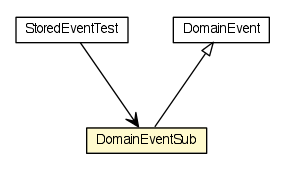
This is dddlib-domain/testapidocs/org/dayatang/domain/event/DomainEventSub.png from dayatang/dddlib, a Graphviz export, as it was before one commit. Its source is kept beside it as dddlib-domain/testapidocs/org/dayatang/domain/event/DomainEventSub.dot. Source of this version:
```dot

digraph G {
	edge [fontname="Helvetica",fontsize=10,labelfontname="Helvetica",labelfontsize=10];
	node [fontname="Helvetica",fontsize=10,shape=plaintext];
	nodesep=0.25;
	ranksep=0.5;
	c1523 [label=<<table title="org.dayatang.domain.event.StoredEventTest" border="0" cellborder="1" cellspacing="0" cellpadding="2" port="p" href="./StoredEventTest.html">
		<tr><td><table border="0" cellspacing="0" cellpadding="1">
<tr><td align="center" balign="center"> StoredEventTest </td></tr>
		</table></td></tr>
		</table>>, URL="./StoredEventTest.html", fontname="Helvetica", fontcolor="black", fontsize=10.0];
	c1525 [label=<<table title="org.dayatang.domain.event.DomainEventSub" border="0" cellborder="1" cellspacing="0" cellpadding="2" port="p" bgcolor="lemonChiffon" href="./DomainEventSub.html">
		<tr><td><table border="0" cellspacing="0" cellpadding="1">
<tr><td align="center" balign="center"> DomainEventSub </td></tr>
		</table></td></tr>
		</table>>, URL="./DomainEventSub.html", fontname="Helvetica", fontcolor="black", fontsize=10.0];
	c1579:p -> c1525:p [dir=back,arrowtail=empty];
	c1523:p -> c1525:p [taillabel="", label=" "headlabel="", fontname="Helvetica", fontcolor="black", fontsize=10.0, color="black", arrowhead=open];
	c1579[label=<<table title="DomainEvent" border="0" cellborder="1" cellspacing="0" cellpadding="2" port="p" href="http://java.sun.com/j2se/1.4.2/docs/api//DomainEvent.html">
		<tr><td><table border="0" cellspacing="0" cellpadding="1">
<tr><td align="center" balign="center"> DomainEvent </td></tr>
		</table></td></tr>
		</table>>, fontname="Helvetica", fontcolor="black", fontsize=10.0];
}
```
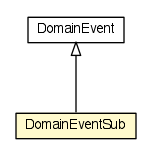
After the commit.

Change to the diagram source:
```diff
@@ -4,19 +4,13 @@
 	node [fontname="Helvetica",fontsize=10,shape=plaintext];
 	nodesep=0.25;
 	ranksep=0.5;
-	c1523 [label=<<table title="org.dayatang.domain.event.StoredEventTest" border="0" cellborder="1" cellspacing="0" cellpadding="2" port="p" href="./StoredEventTest.html">
-		<tr><td><table border="0" cellspacing="0" cellpadding="1">
-<tr><td align="center" balign="center"> StoredEventTest </td></tr>
-		</table></td></tr>
-		</table>>, URL="./StoredEventTest.html", fontname="Helvetica", fontcolor="black", fontsize=10.0];
-	c1525 [label=<<table title="org.dayatang.domain.event.DomainEventSub" border="0" cellborder="1" cellspacing="0" cellpadding="2" port="p" bgcolor="lemonChiffon" href="./DomainEventSub.html">
+	c1511 [label=<<table title="org.dayatang.domain.event.DomainEventSub" border="0" cellborder="1" cellspacing="0" cellpadding="2" port="p" bgcolor="lemonChiffon" href="./DomainEventSub.html">
 		<tr><td><table border="0" cellspacing="0" cellpadding="1">
 <tr><td align="center" balign="center"> DomainEventSub </td></tr>
 		</table></td></tr>
 		</table>>, URL="./DomainEventSub.html", fontname="Helvetica", fontcolor="black", fontsize=10.0];
-	c1579:p -> c1525:p [dir=back,arrowtail=empty];
-	c1523:p -> c1525:p [taillabel="", label=" "headlabel="", fontname="Helvetica", fontcolor="black", fontsize=10.0, color="black", arrowhead=open];
-	c1579[label=<<table title="DomainEvent" border="0" cellborder="1" cellspacing="0" cellpadding="2" port="p" href="http://java.sun.com/j2se/1.4.2/docs/api//DomainEvent.html">
+	c1565:p -> c1511:p [dir=back,arrowtail=empty];
+	c1565[label=<<table title="DomainEvent" border="0" cellborder="1" cellspacing="0" cellpadding="2" port="p">
 		<tr><td><table border="0" cellspacing="0" cellpadding="1">
 <tr><td align="center" balign="center"> DomainEvent </td></tr>
 		</table></td></tr>
```
